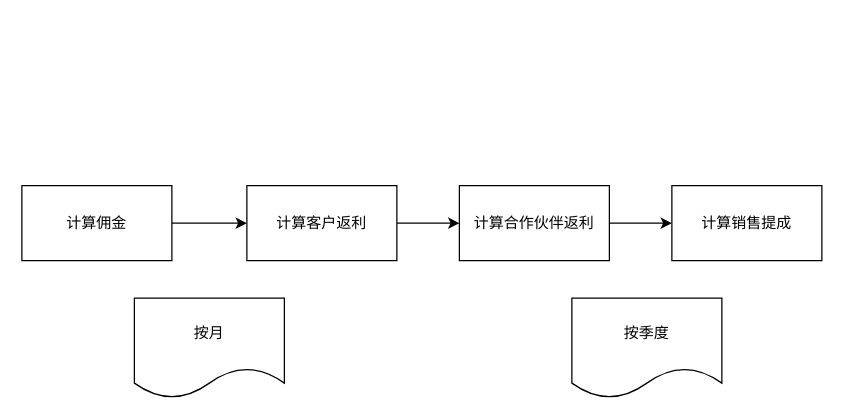
easefulfil/CLOUDCARE keeps this draw.io diagram as page "佣金返利计算流程" (2 of 3) of shrine-doc/云资源业务流程.drawio. Above is the earlier version. Source tidied: cells renumbered, new cells numbered last; positions are measured from the earlier drawing's top-left corner, leaving out a move shared by most shapes. Both pictures are drawn from the tidied source at 125%, with x=0, y=0 at pixel (21, 185).
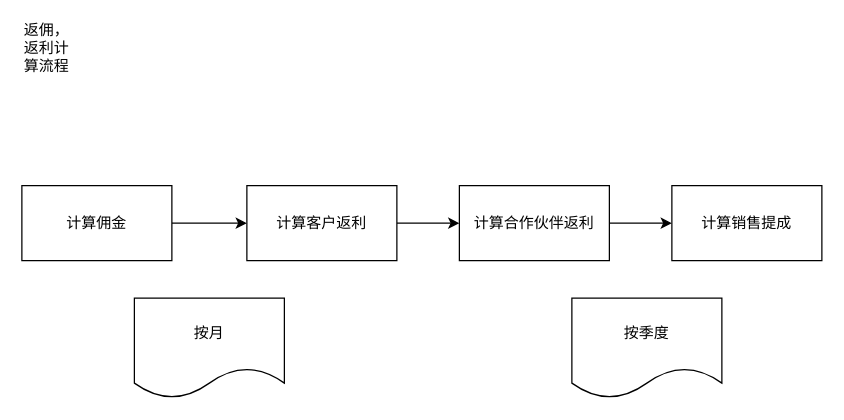
The same diagram, later.

Commit message:
Update 云资源业务流程.drawio

Change to the diagram source:
```diff
@@
 <mxGraphModel>
   <root>
     <mxCell id="0" />
     <mxCell id="1" parent="0" />
     <mxCell id="2" style="edgeStyle=orthogonalEdgeStyle;rounded=0;jettySize=auto;html=1;exitX=1;exitY=0.5;exitDx=0;exitDy=0;entryX=0;entryY=0.5;entryDx=0;entryDy=0;" parent="1" edge="1" source="3" target="5">
       <mxGeometry relative="1" as="geometry" />
     </mxCell>
     <mxCell id="3" value="计算佣金" style="rounded=0;whiteSpace=wrap;html=1;" parent="1" vertex="1">
       <mxGeometry width="120" height="60" as="geometry" />
     </mxCell>
     <mxCell id="4" style="edgeStyle=orthogonalEdgeStyle;rounded=0;jettySize=auto;html=1;" parent="1" edge="1" source="5" target="7">
       <mxGeometry relative="1" as="geometry" />
     </mxCell>
     <mxCell id="5" value="计算客户返利" style="rounded=0;whiteSpace=wrap;html=1;" parent="1" vertex="1">
       <mxGeometry x="180" width="120" height="60" as="geometry" />
     </mxCell>
     <mxCell id="6" style="edgeStyle=orthogonalEdgeStyle;rounded=0;jettySize=auto;html=1;" parent="1" edge="1" source="7" target="8">
       <mxGeometry relative="1" as="geometry" />
     </mxCell>
     <mxCell id="7" value="计算合作伙伴返利" style="rounded=0;whiteSpace=wrap;html=1;" parent="1" vertex="1">
       <mxGeometry x="350" width="120" height="60" as="geometry" />
     </mxCell>
     <mxCell id="8" value="计算销售提成" style="rounded=0;whiteSpace=wrap;html=1;" parent="1" vertex="1">
       <mxGeometry x="520" width="120" height="60" as="geometry" />
     </mxCell>
     <mxCell id="9" value="按月" style="shape=document;whiteSpace=wrap;html=1;boundedLbl=1;" parent="1" vertex="1">
       <mxGeometry x="90" y="90" width="120" height="80" as="geometry" />
     </mxCell>
     <mxCell id="10" value="按季度" style="shape=document;whiteSpace=wrap;html=1;boundedLbl=1;" parent="1" vertex="1">
       <mxGeometry x="440" y="90" width="120" height="80" as="geometry" />
     </mxCell>
+    <mxCell id="11" value="返佣，返利计算流程" style="text;html=1;strokeColor=none;fillColor=none;align=center;verticalAlign=middle;whiteSpace=wrap;rounded=0;" parent="1" vertex="1">
+      <mxGeometry y="-120" width="40" height="20" as="geometry" />
+    </mxCell>
   </root>
 </mxGraphModel>
```
